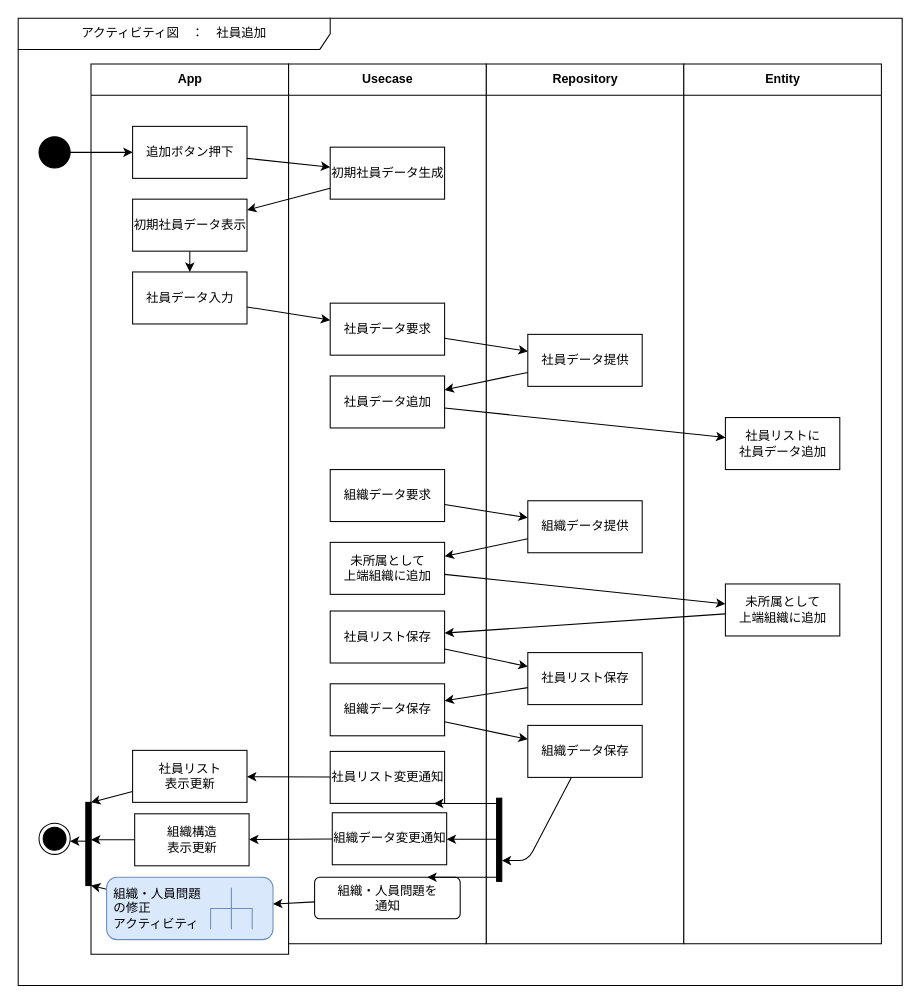
Before: page "社員追加" (2 of 7) of Designs/アクティビティ/アクティビティ図.drawio in bosssanovar/LightMvvmSample, a draw.io diagram. Source tidied: cells renumbered, new cells numbered last; positions are measured from the earlier drawing's top-left corner, leaving out a move shared by most shapes. Both pictures are drawn from the tidied source at 104%, with x=0, y=0 at pixel (18, 18).
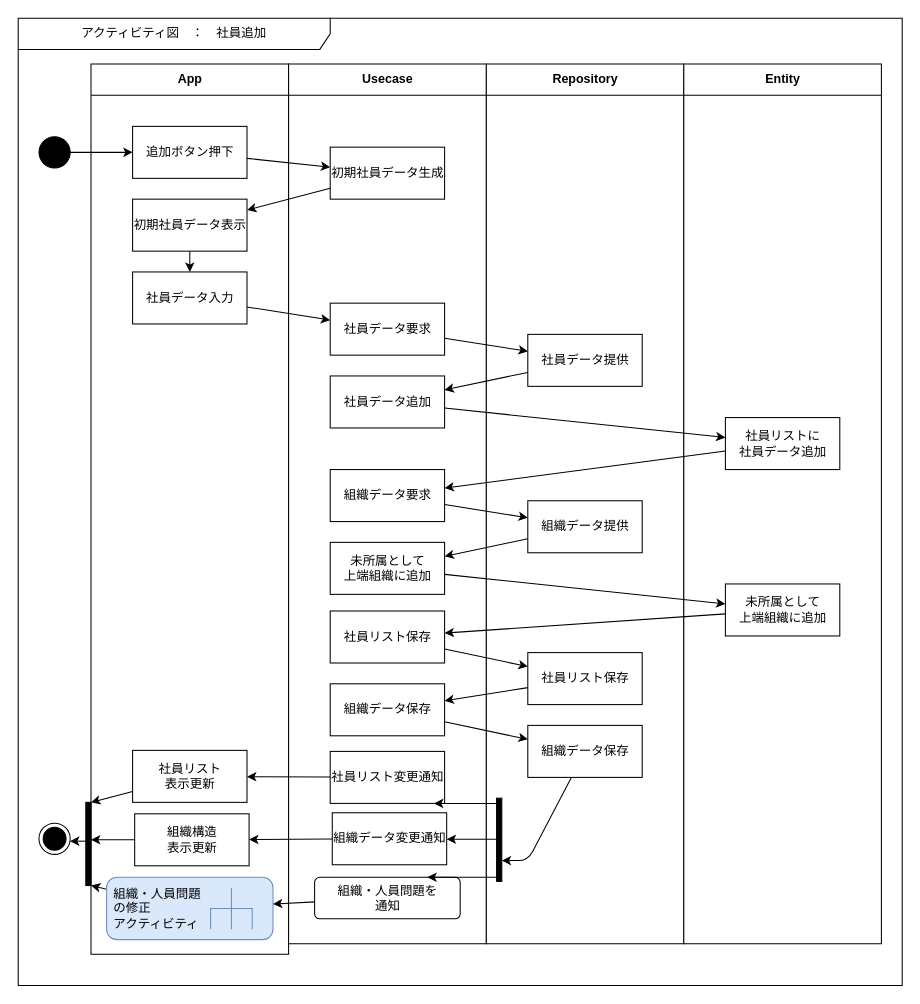
The same diagram, later.

Commit message (it also covers changes not shown here):
設計図微修正

The change refers to these unchanged cells:
```xml
<mxCell id="8" value="社員リストに&lt;br&gt;社員データ追加" style="html=1;" parent="7" vertex="1">
  <mxGeometry x="40" y="340" width="110" height="50" as="geometry" />
</mxCell>
<mxCell id="44" value="組織データ要求" style="html=1;" parent="1" vertex="1">
  <mxGeometry x="300" y="434" width="110" height="50" as="geometry" />
</mxCell>
```

What changed in the source:
```diff
@@
+    <mxCell id="59" style="edgeStyle=none;html=1;" parent="1" edge="1" source="8" target="44">
+      <mxGeometry relative="1" as="geometry" />
+    </mxCell>
```
